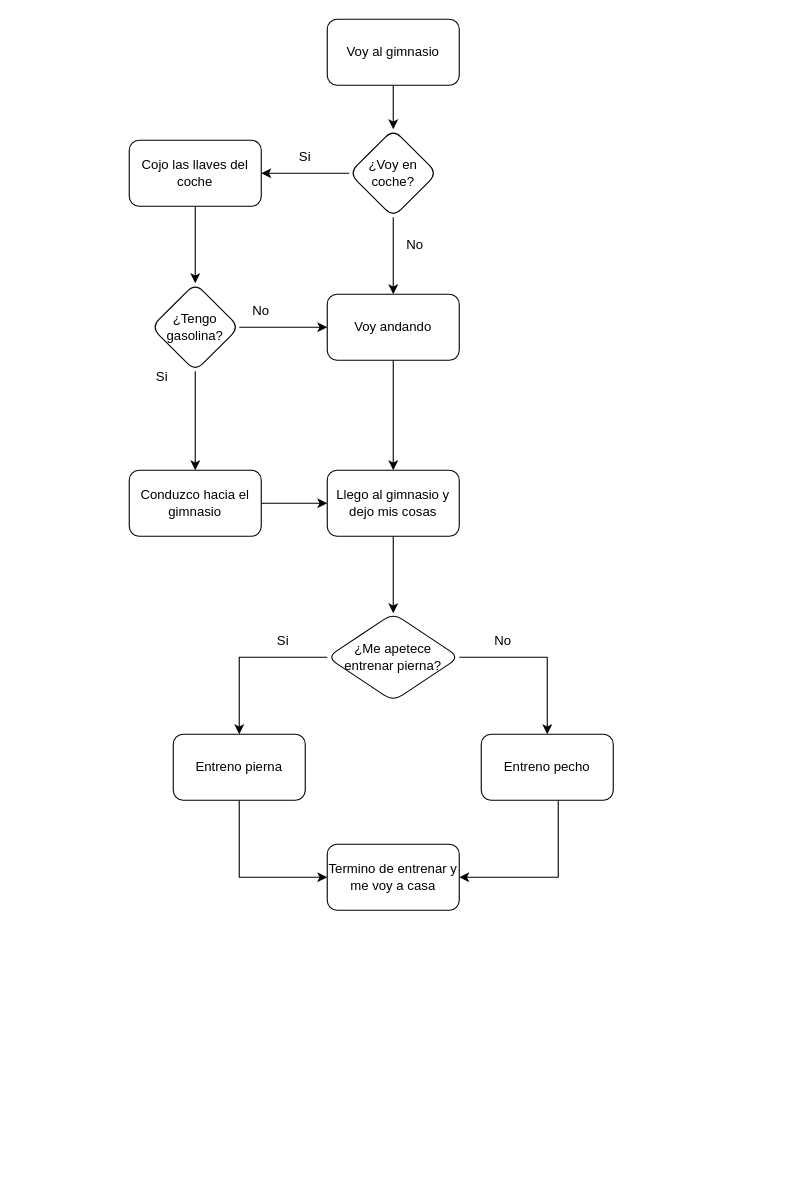
This is Ejercicio_Diagrama_Flujo.drawio from Lioteronn/erp-diagrams, a draw.io file, before an edit. Source tidied: cells renumbered, new cells numbered last; positions are measured from the earlier drawing's top-left corner, leaving out a move shared by most shapes. Both pictures are drawn from the tidied source at 110%, with x=0, y=0 at pixel (129, 19).
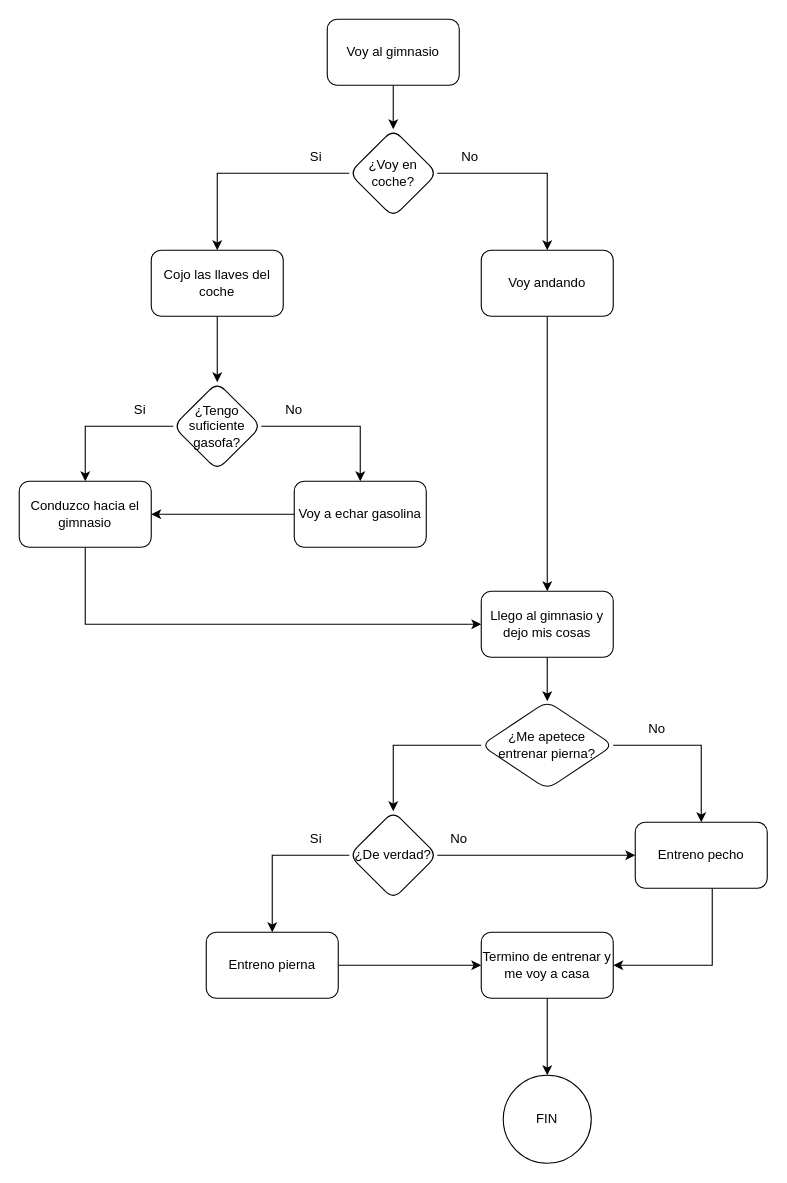
Above is the later version.

The change refers to these unchanged cells:
```xml
<mxCell id="6" value="¿Voy en coche?" style="rhombus;whiteSpace=wrap;html=1;rounded=1;" parent="1" vertex="1">
  <mxGeometry x="200" y="100" width="80" height="80" as="geometry" />
</mxCell>
```

Diff of the diagram source:
```diff
@@
-    <mxCell id="5" style="edgeStyle=orthogonalEdgeStyle;rounded=0;jettySize=auto;html=1;exitX=0;exitY=0.5;exitDx=0;exitDy=0;entryX=1;entryY=0.5;entryDx=0;entryDy=0;" parent="1" edge="1" source="6" target="8">
+    <mxCell id="5" style="edgeStyle=orthogonalEdgeStyle;rounded=0;jettySize=auto;html=1;entryX=0.5;entryY=0;entryDx=0;entryDy=0;" parent="1" edge="1" source="6" target="8">
       <mxGeometry relative="1" as="geometry" />
     </mxCell>
@@
     <mxCell id="8" value="Cojo las llaves del coche" style="whiteSpace=wrap;html=1;rounded=1;" parent="1" vertex="1">
-      <mxGeometry y="110" width="120" height="60" as="geometry" />
+      <mxGeometry x="20" y="210" width="120" height="60" as="geometry" />
     </mxCell>
     <mxCell id="9" value="Si" style="text;html=1;strokeColor=none;fillColor=none;align=center;verticalAlign=middle;whiteSpace=wrap;rounded=0;" parent="1" vertex="1">
-      <mxGeometry x="130" y="110" width="60" height="30" as="geometry" />
+      <mxGeometry x="140" y="110" width="60" height="30" as="geometry" />
     </mxCell>
@@
-    <mxCell id="11" style="edgeStyle=orthogonalEdgeStyle;rounded=0;jettySize=auto;html=1;entryX=0;entryY=0.5;entryDx=0;entryDy=0;" parent="1" edge="1" source="12" target="16">
-      <mxGeometry relative="1" as="geometry" />
-    </mxCell>
+    <mxCell id="32" style="edgeStyle=orthogonalEdgeStyle;rounded=0;jettySize=auto;html=1;" parent="1" edge="1" source="12" target="37">
+      <mxGeometry relative="1" as="geometry" />
+    </mxCell>
-    <mxCell id="12" value="¿Tengo gasolina?" style="rhombus;whiteSpace=wrap;html=1;rounded=1;" parent="1" vertex="1">
-      <mxGeometry x="20" y="240" width="80" height="80" as="geometry" />
+    <mxCell id="12" value="¿Tengo suficiente gasofa?" style="rhombus;whiteSpace=wrap;html=1;rounded=1;" parent="1" vertex="1">
+      <mxGeometry x="40" y="330" width="80" height="80" as="geometry" />
     </mxCell>
-    <mxCell id="13" style="edgeStyle=orthogonalEdgeStyle;rounded=0;jettySize=auto;html=1;" parent="1" edge="1" source="14" target="21">
-      <mxGeometry relative="1" as="geometry" />
+    <mxCell id="13" style="edgeStyle=orthogonalEdgeStyle;rounded=0;jettySize=auto;html=1;entryX=0;entryY=0.5;entryDx=0;entryDy=0;" parent="1" edge="1" source="14" target="21">
+      <mxGeometry relative="1" as="geometry">
+        <Array as="points">
+          <mxPoint x="-40" y="550" />
+        </Array>
+      </mxGeometry>
     </mxCell>
     <mxCell id="14" value="Conduzco hacia el gimnasio" style="whiteSpace=wrap;html=1;rounded=1;" parent="1" vertex="1">
-      <mxGeometry y="410" width="120" height="60" as="geometry" />
+      <mxGeometry x="-100" y="420" width="120" height="60" as="geometry" />
     </mxCell>
@@
     <mxCell id="16" value="Voy andando" style="whiteSpace=wrap;html=1;rounded=1;" parent="1" vertex="1">
-      <mxGeometry x="180" y="250" width="120" height="60" as="geometry" />
+      <mxGeometry x="320" y="210" width="120" height="60" as="geometry" />
     </mxCell>
     <mxCell id="17" value="No" style="text;html=1;strokeColor=none;fillColor=none;align=center;verticalAlign=middle;whiteSpace=wrap;rounded=0;" parent="1" vertex="1">
-      <mxGeometry x="230" y="190" width="60" height="30" as="geometry" />
+      <mxGeometry x="280" y="110" width="60" height="30" as="geometry" />
     </mxCell>
     <mxCell id="18" value="Si" style="text;html=1;strokeColor=none;fillColor=none;align=center;verticalAlign=middle;whiteSpace=wrap;rounded=0;" parent="1" vertex="1">
-      <mxGeometry y="310" width="60" height="30" as="geometry" />
+      <mxGeometry x="-20" y="340" width="60" height="30" as="geometry" />
     </mxCell>
-    <mxCell id="19" value="No" style="text;html=1;strokeColor=none;fillColor=none;align=center;verticalAlign=middle;whiteSpace=wrap;rounded=0;" parent="1" vertex="1">
-      <mxGeometry x="90" y="250" width="60" height="30" as="geometry" />
-    </mxCell>
-    <mxCell id="20" style="edgeStyle=orthogonalEdgeStyle;rounded=0;jettySize=auto;html=1;" parent="1" edge="1" source="21" target="24">
+    <mxCell id="20" style="edgeStyle=orthogonalEdgeStyle;rounded=0;jettySize=auto;html=1;entryX=0.5;entryY=0;entryDx=0;entryDy=0;" parent="1" edge="1" source="21" target="24">
       <mxGeometry relative="1" as="geometry" />
     </mxCell>
     <mxCell id="21" value="Llego al gimnasio y dejo mis cosas" style="whiteSpace=wrap;html=1;rounded=1;" parent="1" vertex="1">
-      <mxGeometry x="180" y="410" width="120" height="60" as="geometry" />
+      <mxGeometry x="320" y="520" width="120" height="60" as="geometry" />
     </mxCell>
-    <mxCell id="22" style="edgeStyle=orthogonalEdgeStyle;rounded=0;jettySize=auto;html=1;" parent="1" edge="1" source="24" target="26">
-      <mxGeometry relative="1" as="geometry" />
-    </mxCell>
@@
+    <mxCell id="33" style="edgeStyle=orthogonalEdgeStyle;rounded=0;jettySize=auto;html=1;" parent="1" edge="1" source="24" target="41">
+      <mxGeometry relative="1" as="geometry">
+        <Array as="points">
+          <mxPoint x="240" y="660" />
+        </Array>
+      </mxGeometry>
+    </mxCell>
     <mxCell id="24" value="¿Me apetece entrenar pierna?" style="rhombus;whiteSpace=wrap;html=1;rounded=1;" parent="1" vertex="1">
-      <mxGeometry x="180" y="540" width="120" height="80" as="geometry" />
+      <mxGeometry x="320" y="620" width="120" height="80" as="geometry" />
     </mxCell>
+    <mxCell id="27" style="edgeStyle=orthogonalEdgeStyle;rounded=0;jettySize=auto;html=1;entryX=1;entryY=0.5;entryDx=0;entryDy=0;" parent="1" edge="1" source="28" target="31">
+      <mxGeometry relative="1" as="geometry">
+        <Array as="points">
+          <mxPoint x="530" y="860" />
+        </Array>
+      </mxGeometry>
+    </mxCell>
+    <mxCell id="28" value="Entreno pecho" style="whiteSpace=wrap;html=1;rounded=1;" parent="1" vertex="1">
+      <mxGeometry x="460" y="730" width="120" height="60" as="geometry" />
+    </mxCell>
+    <mxCell id="30" value="No" style="text;html=1;strokeColor=none;fillColor=none;align=center;verticalAlign=middle;whiteSpace=wrap;rounded=0;" parent="1" vertex="1">
+      <mxGeometry x="450" y="630" width="60" height="30" as="geometry" />
+    </mxCell>
+    <mxCell id="34" style="edgeStyle=orthogonalEdgeStyle;rounded=0;jettySize=auto;html=1;" parent="1" edge="1" source="31" target="35">
+      <mxGeometry relative="1" as="geometry" />
+    </mxCell>
+    <mxCell id="31" value="Termino de entrenar y me voy a casa" style="whiteSpace=wrap;html=1;rounded=1;" parent="1" vertex="1">
+      <mxGeometry x="320" y="830" width="120" height="60" as="geometry" />
+    </mxCell>
+    <mxCell id="35" value="FIN" style="ellipse;whiteSpace=wrap;html=1;rounded=1;" parent="1" vertex="1">
+      <mxGeometry x="340" y="960" width="80" height="80" as="geometry" />
+    </mxCell>
+    <mxCell id="36" style="edgeStyle=orthogonalEdgeStyle;rounded=0;jettySize=auto;html=1;entryX=1;entryY=0.5;entryDx=0;entryDy=0;" parent="1" edge="1" source="37" target="14">
+      <mxGeometry relative="1" as="geometry" />
+    </mxCell>
+    <mxCell id="37" value="Voy a echar gasolina" style="whiteSpace=wrap;html=1;rounded=1;" parent="1" vertex="1">
+      <mxGeometry x="150" y="420" width="120" height="60" as="geometry" />
+    </mxCell>
+    <mxCell id="38" value="No" style="text;html=1;strokeColor=none;fillColor=none;align=center;verticalAlign=middle;whiteSpace=wrap;rounded=0;" parent="1" vertex="1">
+      <mxGeometry x="120" y="340" width="60" height="30" as="geometry" />
+    </mxCell>
+    <mxCell id="39" style="edgeStyle=orthogonalEdgeStyle;rounded=0;jettySize=auto;html=1;entryX=0;entryY=0.5;entryDx=0;entryDy=0;" parent="1" edge="1" source="41" target="28">
+      <mxGeometry relative="1" as="geometry" />
+    </mxCell>
+    <mxCell id="40" style="edgeStyle=orthogonalEdgeStyle;rounded=0;jettySize=auto;html=1;" parent="1" edge="1" source="41" target="26">
+      <mxGeometry relative="1" as="geometry" />
+    </mxCell>
+    <mxCell id="41" value="¿De verdad?" style="rhombus;whiteSpace=wrap;html=1;rounded=1;" parent="1" vertex="1">
+      <mxGeometry x="200" y="720" width="80" height="80" as="geometry" />
+    </mxCell>
+    <mxCell id="42" value="No" style="text;html=1;strokeColor=none;fillColor=none;align=center;verticalAlign=middle;whiteSpace=wrap;rounded=0;" parent="1" vertex="1">
+      <mxGeometry x="270" y="730" width="60" height="30" as="geometry" />
+    </mxCell>
     <mxCell id="25" style="edgeStyle=orthogonalEdgeStyle;rounded=0;jettySize=auto;html=1;entryX=0;entryY=0.5;entryDx=0;entryDy=0;" parent="1" edge="1" source="26" target="31">
-      <mxGeometry relative="1" as="geometry">
-        <Array as="points">
-          <mxPoint x="100" y="780" />
-        </Array>
-      </mxGeometry>
+      <mxGeometry relative="1" as="geometry" />
     </mxCell>
     <mxCell id="26" value="Entreno pierna" style="whiteSpace=wrap;html=1;rounded=1;" parent="1" vertex="1">
-      <mxGeometry x="40" y="650" width="120" height="60" as="geometry" />
+      <mxGeometry x="70" y="830" width="120" height="60" as="geometry" />
     </mxCell>
-    <mxCell id="27" style="edgeStyle=orthogonalEdgeStyle;rounded=0;jettySize=auto;html=1;entryX=1;entryY=0.5;entryDx=0;entryDy=0;" parent="1" edge="1" source="28" target="31">
-      <mxGeometry relative="1" as="geometry">
-        <Array as="points">
-          <mxPoint x="390" y="780" />
-        </Array>
-      </mxGeometry>
-    </mxCell>
-    <mxCell id="28" value="Entreno pecho" style="whiteSpace=wrap;html=1;rounded=1;" parent="1" vertex="1">
-      <mxGeometry x="320" y="650" width="120" height="60" as="geometry" />
-    </mxCell>
     <mxCell id="29" value="Si" style="text;html=1;strokeColor=none;fillColor=none;align=center;verticalAlign=middle;whiteSpace=wrap;rounded=0;" parent="1" vertex="1">
-      <mxGeometry x="110" y="550" width="60" height="30" as="geometry" />
+      <mxGeometry x="140" y="730" width="60" height="30" as="geometry" />
     </mxCell>
-    <mxCell id="30" value="No" style="text;html=1;strokeColor=none;fillColor=none;align=center;verticalAlign=middle;whiteSpace=wrap;rounded=0;" parent="1" vertex="1">
-      <mxGeometry x="310" y="550" width="60" height="30" as="geometry" />
-    </mxCell>
-    <mxCell id="31" value="Termino de entrenar y me voy a casa" style="whiteSpace=wrap;html=1;rounded=1;" parent="1" vertex="1">
-      <mxGeometry x="180" y="750" width="120" height="60" as="geometry" />
-    </mxCell>
```
